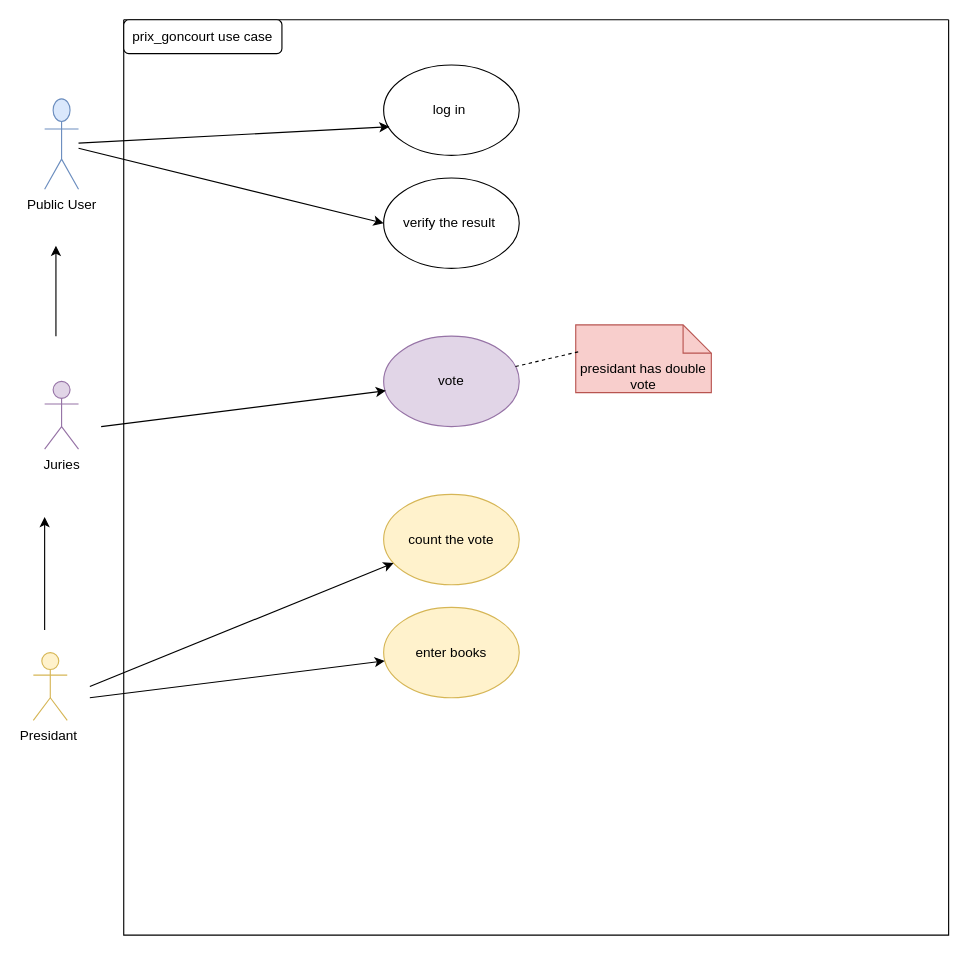
The draw.io diagram prix_goncourt/diagrame_ use_case.drawio in SHATAJV/prix_goncourt-, before the edit. Source tidied: cells renumbered, new cells numbered last; positions are measured from the earlier drawing's top-left corner, leaving out a move shared by most shapes. Both pictures are drawn from the tidied source at 113%, with x=0, y=0 at pixel (33, 19).
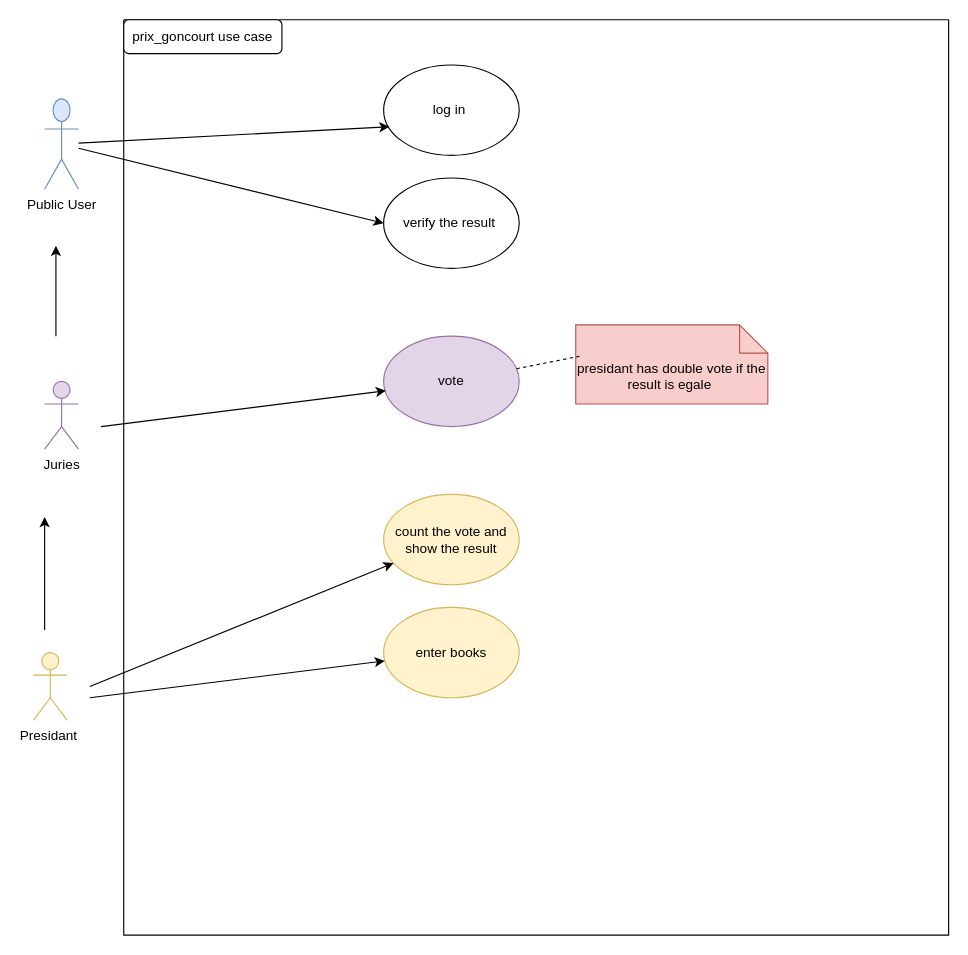
The same diagram, later.

Commit message (it also covers changes not shown here):
Mettre à jour diagrame_ use_case.drawio

The change refers to these unchanged cells:
```xml
<mxCell id="2" style="swimlane;startSize=0;" parent="1" vertex="1">
  <mxGeometry x="80" width="730" height="810" as="geometry" />
</mxCell>
```

The edit, as a diff of the source:
```diff
@@
-    <mxCell id="8" value="presidant has double vote" style="shape=note2;boundedLbl=1;whiteSpace=wrap;html=1;size=25;verticalAlign=top;align=center;fillColor=#f8cecc;strokeColor=#b85450;" parent="2" vertex="1">
-      <mxGeometry x="400" y="270" width="120" height="60" as="geometry" />
+    <mxCell id="8" value="presidant has double vote if the result is egale&amp;nbsp;" style="shape=note2;boundedLbl=1;whiteSpace=wrap;html=1;size=25;verticalAlign=top;align=center;fillColor=#f8cecc;strokeColor=#b85450;" parent="2" vertex="1">
+      <mxGeometry x="400" y="270" width="170" height="70" as="geometry" />
     </mxCell>
@@
-    <mxCell id="10" value="count the vote" style="ellipse;whiteSpace=wrap;html=1;fillColor=#fff2cc;strokeColor=#d6b656;" parent="2" vertex="1">
+    <mxCell id="10" value="count the vote and show the result" style="ellipse;whiteSpace=wrap;html=1;fillColor=#fff2cc;strokeColor=#d6b656;" parent="2" vertex="1">
       <mxGeometry x="230" y="420" width="120" height="80" as="geometry" />
     </mxCell>
```
